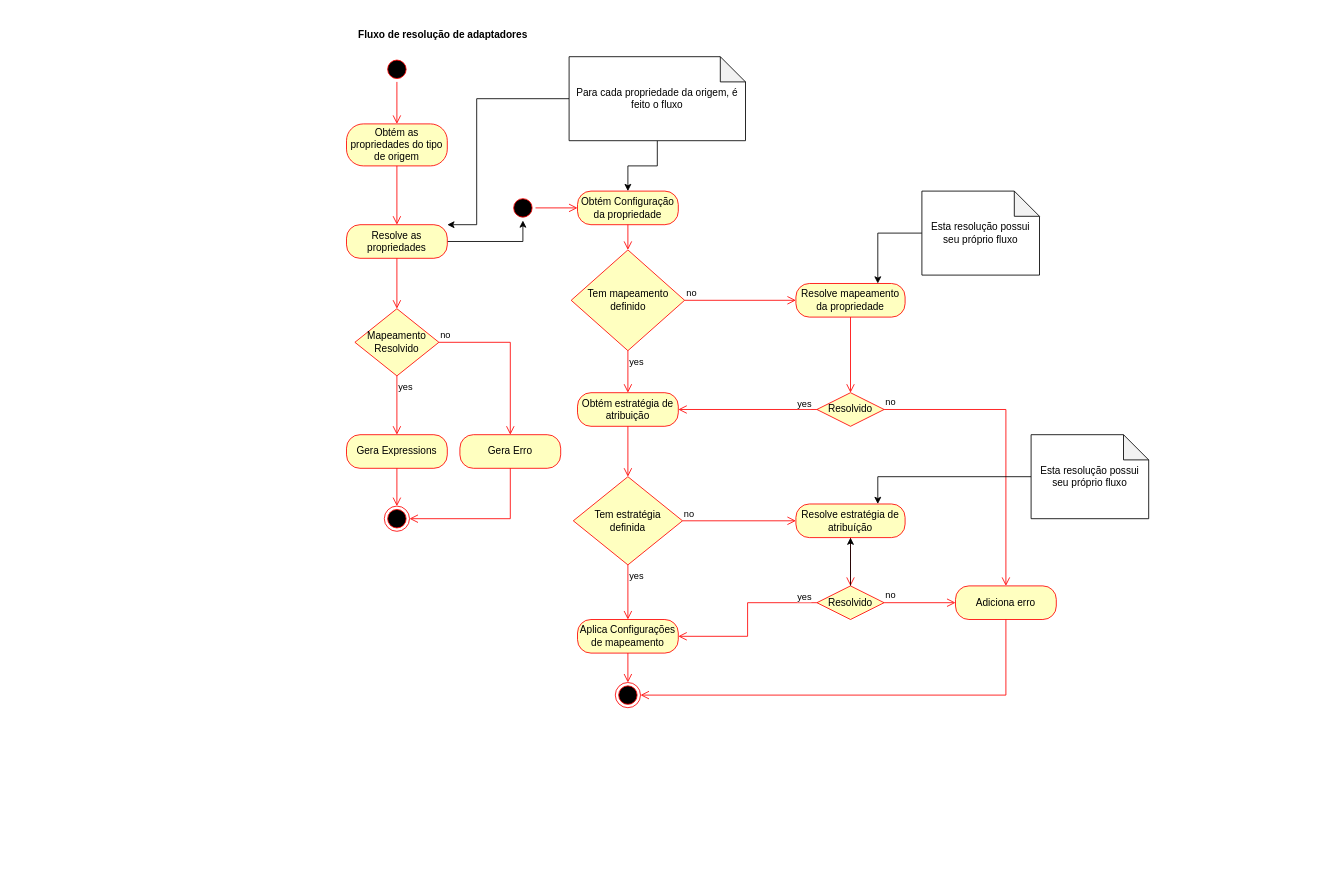
Earlier version of the draw.io diagram page "Properties" (3 of 4) of Diagrams/adapter-flow.drawio (Royal-Code/SmartMapper). Source tidied: cells renumbered, new cells numbered last; positions are measured from the earlier drawing's top-left corner, leaving out a move shared by most shapes. Both pictures are drawn from the tidied source at 84%, with x=0, y=0 at pixel (346, 23).
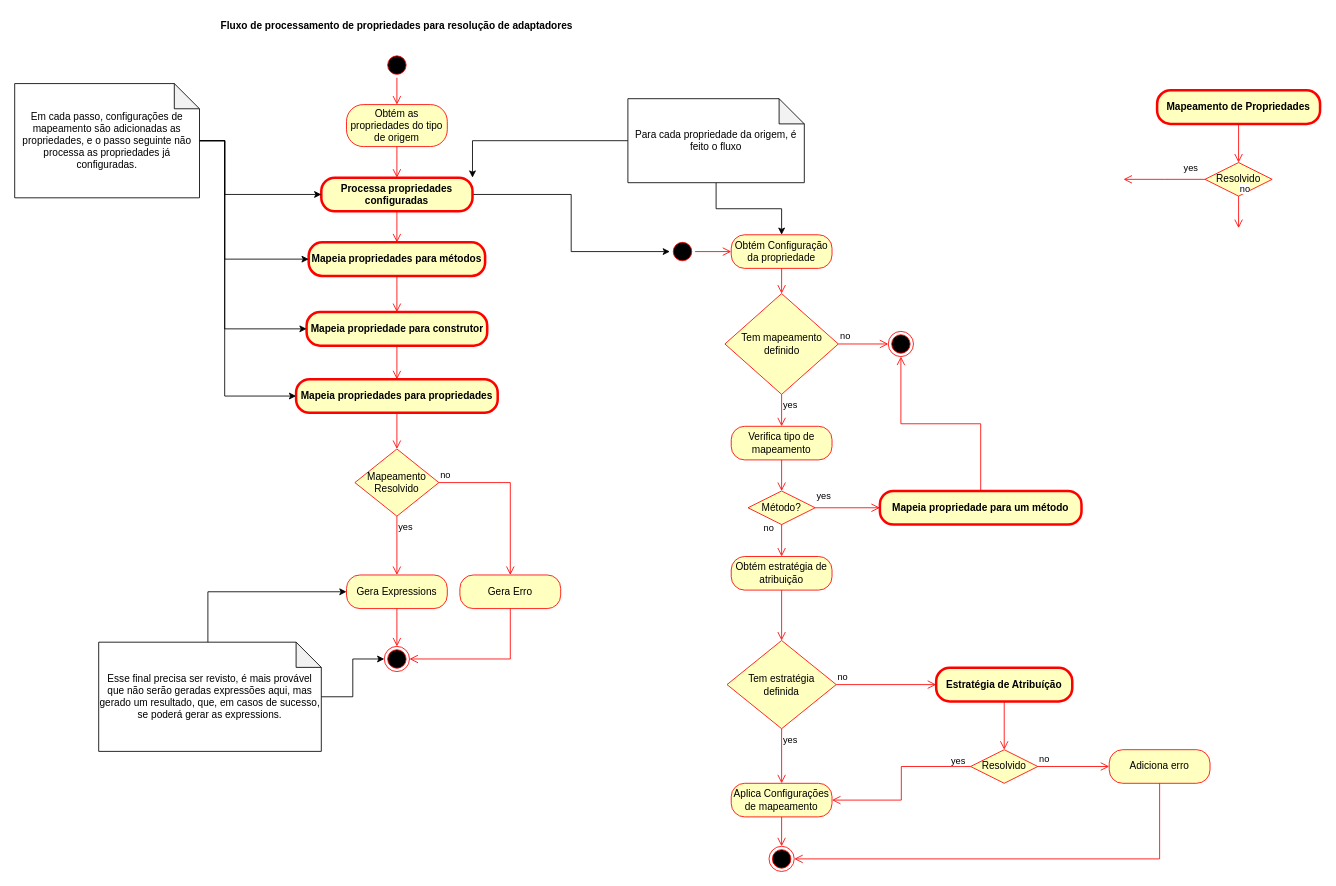
The same diagram, later.

Change to the diagram source:
```diff
@@
     <mxCell id="2" style="ellipse;html=1;shape=startState;fillColor=#000000;strokeColor=#ff0000;" parent="1" vertex="1">
-      <mxGeometry x="45" y="40" width="30" height="30" as="geometry" />
+      <mxGeometry x="45" y="35" width="30" height="30" as="geometry" />
     </mxCell>
@@
-    <mxCell id="4" value="Fluxo de resolução de adaptadores" style="text;align=center;fontStyle=1;verticalAlign=middle;spacingLeft=3;spacingRight=3;strokeColor=none;" parent="1" vertex="1">
-      <mxGeometry x="5" width="220" height="26" as="geometry" />
+    <mxCell id="4" value="Fluxo de processamento de propriedades para resolução de adaptadores" style="text;align=center;fontStyle=1;verticalAlign=middle;spacingLeft=3;spacingRight=3;strokeColor=none;" parent="1" vertex="1">
+      <mxGeometry x="-155" y="-10" width="430" height="26" as="geometry" />
     </mxCell>
     <mxCell id="5" value="Obtém as propriedades do tipo de origem" style="rounded=1;whiteSpace=wrap;html=1;arcSize=40;fontColor=#000000;fillColor=#ffffc0;strokeColor=#ff0000;" parent="1" vertex="1">
-      <mxGeometry y="120" width="120" height="50" as="geometry" />
+      <mxGeometry y="97" width="120" height="50" as="geometry" />
     </mxCell>
-    <mxCell id="6" style="edgeStyle=orthogonalEdgeStyle;html=1;verticalAlign=bottom;endArrow=open;endSize=8;strokeColor=#ff0000;rounded=0;exitX=0.5;exitY=1;exitDx=0;exitDy=0;entryX=0.5;entryY=0;entryDx=0;entryDy=0;" parent="1" edge="1" source="5" target="34">
+    <mxCell id="6" style="edgeStyle=orthogonalEdgeStyle;html=1;verticalAlign=bottom;endArrow=open;endSize=8;strokeColor=#ff0000;rounded=0;exitX=0.5;exitY=1;exitDx=0;exitDy=0;entryX=0.5;entryY=0;entryDx=0;entryDy=0;" parent="1" edge="1" source="5" target="62">
       <mxGeometry relative="1" as="geometry" />
     </mxCell>
     <mxCell id="7" value="Obtém Configuração da propriedade" style="rounded=1;whiteSpace=wrap;html=1;arcSize=40;fontColor=#000000;fillColor=#ffffc0;strokeColor=#ff0000;" parent="1" vertex="1">
-      <mxGeometry x="275" y="200" width="120" height="40" as="geometry" />
+      <mxGeometry x="458" y="252" width="120" height="40" as="geometry" />
     </mxCell>
@@
-    <mxCell id="9" style="edgeStyle=orthogonalEdgeStyle;rounded=0;jettySize=auto;html=1;entryX=1;entryY=0;entryDx=0;entryDy=0;" parent="1" edge="1" source="11" target="34">
-      <mxGeometry relative="1" as="geometry">
-        <Array as="points">
-          <mxPoint x="155" y="90" />
-          <mxPoint x="155" y="240" />
-        </Array>
-      </mxGeometry>
-    </mxCell>
@@
+    <mxCell id="53" style="edgeStyle=orthogonalEdgeStyle;rounded=0;jettySize=auto;html=1;entryX=1;entryY=0;entryDx=0;entryDy=0;strokeWidth=1;" parent="1" edge="1" source="11" target="62">
+      <mxGeometry relative="1" as="geometry" />
+    </mxCell>
     <mxCell id="11" value="Para cada propriedade da origem, é feito o fluxo" style="shape=note;whiteSpace=wrap;html=1;backgroundOutline=1;darkOpacity=0.05;" parent="1" vertex="1">
-      <mxGeometry x="265" y="40" width="210" height="100" as="geometry" />
+      <mxGeometry x="335" y="90" width="210" height="100" as="geometry" />
     </mxCell>
     <mxCell id="12" value="Tem mapeamento definido" style="rhombus;whiteSpace=wrap;html=1;fillColor=#ffffc0;strokeColor=#ff0000;" parent="1" vertex="1">
-      <mxGeometry x="267.5" y="270" width="135" height="120" as="geometry" />
+      <mxGeometry x="450.5" y="322" width="135" height="120" as="geometry" />
     </mxCell>
-    <mxCell id="13" value="no" style="edgeStyle=orthogonalEdgeStyle;html=1;align=left;verticalAlign=bottom;endArrow=open;endSize=8;strokeColor=#ff0000;rounded=0;entryX=0;entryY=0.5;entryDx=0;entryDy=0;" parent="1" edge="1" source="12" target="18">
+    <mxCell id="13" value="no" style="edgeStyle=orthogonalEdgeStyle;html=1;align=left;verticalAlign=bottom;endArrow=open;endSize=8;strokeColor=#ff0000;rounded=0;entryX=0;entryY=0.5;entryDx=0;entryDy=0;" parent="1" edge="1" source="12" target="70">
       <mxGeometry x="-1" relative="1" as="geometry" />
     </mxCell>
-    <mxCell id="14" value="yes" style="edgeStyle=orthogonalEdgeStyle;html=1;align=left;verticalAlign=top;endArrow=open;endSize=8;strokeColor=#ff0000;rounded=0;entryX=0.5;entryY=0;entryDx=0;entryDy=0;" parent="1" edge="1" source="12" target="20">
+    <mxCell id="14" value="yes" style="edgeStyle=orthogonalEdgeStyle;html=1;align=left;verticalAlign=top;endArrow=open;endSize=8;strokeColor=#ff0000;rounded=0;entryX=0.5;entryY=0;entryDx=0;entryDy=0;" parent="1" edge="1" source="12" target="77">
       <mxGeometry x="-1" relative="1" as="geometry" />
     </mxCell>
     <mxCell id="15" value="Tem estratégia &lt;br&gt;definida" style="rhombus;whiteSpace=wrap;html=1;fillColor=#ffffc0;strokeColor=#ff0000;" parent="1" vertex="1">
-      <mxGeometry x="270" y="540" width="130" height="105" as="geometry" />
+      <mxGeometry x="453" y="735" width="130" height="105" as="geometry" />
     </mxCell>
-    <mxCell id="16" value="no" style="edgeStyle=orthogonalEdgeStyle;html=1;align=left;verticalAlign=bottom;endArrow=open;endSize=8;strokeColor=#ff0000;rounded=0;entryX=0;entryY=0.5;entryDx=0;entryDy=0;" parent="1" edge="1" source="15" target="27">
+    <mxCell id="16" value="no" style="edgeStyle=orthogonalEdgeStyle;html=1;align=left;verticalAlign=bottom;endArrow=open;endSize=8;strokeColor=#ff0000;rounded=0;entryX=0;entryY=0.5;entryDx=0;entryDy=0;" parent="1" edge="1" source="15" target="60">
       <mxGeometry x="-1" relative="1" as="geometry" />
     </mxCell>
@@
-    <mxCell id="18" value="Resolve mapeamento da propriedade" style="rounded=1;whiteSpace=wrap;html=1;arcSize=40;fontColor=#000000;fillColor=#ffffc0;strokeColor=#ff0000;" parent="1" vertex="1">
-      <mxGeometry x="535" y="310" width="130" height="40" as="geometry" />
-    </mxCell>
-    <mxCell id="19" style="edgeStyle=orthogonalEdgeStyle;html=1;verticalAlign=bottom;endArrow=open;endSize=8;strokeColor=#ff0000;rounded=0;entryX=0.5;entryY=0;entryDx=0;entryDy=0;" parent="1" edge="1" source="18" target="22">
-      <mxGeometry relative="1" as="geometry" />
-    </mxCell>
     <mxCell id="20" value="Obtém estratégia de atribuição" style="rounded=1;whiteSpace=wrap;html=1;arcSize=40;fontColor=#000000;fillColor=#ffffc0;strokeColor=#ff0000;" parent="1" vertex="1">
-      <mxGeometry x="275" y="440" width="120" height="40" as="geometry" />
+      <mxGeometry x="458" y="635" width="120" height="40" as="geometry" />
     </mxCell>
@@
     <mxCell id="22" value="Resolvido" style="rhombus;whiteSpace=wrap;html=1;fillColor=#ffffc0;strokeColor=#ff0000;" parent="1" vertex="1">
-      <mxGeometry x="560" y="440" width="80" height="40" as="geometry" />
+      <mxGeometry x="1022" y="166" width="80" height="40" as="geometry" />
     </mxCell>
-    <mxCell id="23" value="no" style="edgeStyle=orthogonalEdgeStyle;html=1;align=left;verticalAlign=bottom;endArrow=open;endSize=8;strokeColor=#ff0000;rounded=0;entryX=0.5;entryY=0;entryDx=0;entryDy=0;" parent="1" edge="1" source="22" target="25">
-      <mxGeometry x="-1" relative="1" as="geometry" />
+    <mxCell id="23" value="no" style="edgeStyle=orthogonalEdgeStyle;html=1;align=left;verticalAlign=bottom;endArrow=open;endSize=8;strokeColor=#ff0000;rounded=0;" parent="1" edge="1" source="22">
+      <mxGeometry x="-1" relative="1" as="geometry">
+        <mxPoint x="1062" y="244" as="targetPoint" />
+      </mxGeometry>
     </mxCell>
-    <mxCell id="24" value="yes" style="edgeStyle=orthogonalEdgeStyle;html=1;align=left;verticalAlign=top;endArrow=open;endSize=8;strokeColor=#ff0000;rounded=0;entryX=1;entryY=0.5;entryDx=0;entryDy=0;exitX=0;exitY=0.5;exitDx=0;exitDy=0;" parent="1" edge="1" source="22" target="20">
-      <mxGeometry x="-0.7" y="-20" relative="1" as="geometry" />
+    <mxCell id="24" value="yes" style="edgeStyle=orthogonalEdgeStyle;html=1;align=left;verticalAlign=top;endArrow=open;endSize=8;strokeColor=#ff0000;rounded=0;exitX=0;exitY=0.5;exitDx=0;exitDy=0;" parent="1" edge="1" source="22">
+      <mxGeometry x="-0.44" y="-26" relative="1" as="geometry">
+        <mxPoint x="925" y="186" as="targetPoint" />
+      </mxGeometry>
     </mxCell>
     <mxCell id="25" value="Adiciona erro" style="rounded=1;whiteSpace=wrap;html=1;arcSize=40;fontColor=#000000;fillColor=#ffffc0;strokeColor=#ff0000;" parent="1" vertex="1">
-      <mxGeometry x="725" y="670" width="120" height="40" as="geometry" />
+      <mxGeometry x="908" y="865" width="120" height="40" as="geometry" />
     </mxCell>
@@
-    <mxCell id="27" value="Resolve estratégia de atribuíção" style="rounded=1;whiteSpace=wrap;html=1;arcSize=40;fontColor=#000000;fillColor=#ffffc0;strokeColor=#ff0000;" parent="1" vertex="1">
-      <mxGeometry x="535" y="572.5" width="130" height="40" as="geometry" />
-    </mxCell>
-    <mxCell id="28" style="edgeStyle=orthogonalEdgeStyle;html=1;verticalAlign=bottom;endArrow=open;endSize=8;strokeColor=#ff0000;rounded=0;" parent="1" edge="1" source="27">
-      <mxGeometry relative="1" as="geometry">
-        <mxPoint x="600" y="670" as="targetPoint" />
-      </mxGeometry>
-    </mxCell>
-    <mxCell id="29" style="edgeStyle=orthogonalEdgeStyle;rounded=0;jettySize=auto;html=1;exitX=0.5;exitY=0;exitDx=0;exitDy=0;" parent="1" edge="1" source="30" target="27">
-      <mxGeometry relative="1" as="geometry" />
-    </mxCell>
     <mxCell id="30" value="Resolvido" style="rhombus;whiteSpace=wrap;html=1;fillColor=#ffffc0;strokeColor=#ff0000;" parent="1" vertex="1">
-      <mxGeometry x="560" y="670" width="80" height="40" as="geometry" />
+      <mxGeometry x="743" y="865" width="80" height="40" as="geometry" />
     </mxCell>
@@
-    <mxCell id="33" style="edgeStyle=orthogonalEdgeStyle;rounded=0;jettySize=auto;html=1;" parent="1" edge="1" source="34" target="36">
-      <mxGeometry relative="1" as="geometry" />
-    </mxCell>
-    <mxCell id="34" value="Resolve as propriedades" style="rounded=1;whiteSpace=wrap;html=1;arcSize=40;fontColor=#000000;fillColor=#ffffc0;strokeColor=#ff0000;" parent="1" vertex="1">
-      <mxGeometry y="240" width="120" height="40" as="geometry" />
-    </mxCell>
-    <mxCell id="35" style="edgeStyle=orthogonalEdgeStyle;html=1;verticalAlign=bottom;endArrow=open;endSize=8;strokeColor=#ff0000;rounded=0;entryX=0.5;entryY=0;entryDx=0;entryDy=0;" parent="1" edge="1" source="34" target="41">
-      <mxGeometry relative="1" as="geometry" />
-    </mxCell>
     <mxCell id="36" style="ellipse;html=1;shape=startState;fillColor=#000000;strokeColor=#ff0000;" parent="1" vertex="1">
-      <mxGeometry x="195" y="205" width="30" height="30" as="geometry" />
+      <mxGeometry x="385" y="257" width="30" height="30" as="geometry" />
     </mxCell>
@@
     <mxCell id="38" value="Aplica Configurações de mapeamento" style="rounded=1;whiteSpace=wrap;html=1;arcSize=40;fontColor=#000000;fillColor=#ffffc0;strokeColor=#ff0000;" parent="1" vertex="1">
-      <mxGeometry x="275" y="710" width="120" height="40" as="geometry" />
+      <mxGeometry x="458" y="905" width="120" height="40" as="geometry" />
     </mxCell>
@@
     <mxCell id="40" style="ellipse;html=1;shape=endState;fillColor=#000000;strokeColor=#ff0000;" parent="1" vertex="1">
-      <mxGeometry x="320" y="785" width="30" height="30" as="geometry" />
+      <mxGeometry x="503" y="980" width="30" height="30" as="geometry" />
     </mxCell>
     <mxCell id="41" value="Mapeamento&lt;br&gt;Resolvido" style="rhombus;whiteSpace=wrap;html=1;fillColor=#ffffc0;strokeColor=#ff0000;" parent="1" vertex="1">
-      <mxGeometry x="10" y="340" width="100" height="80" as="geometry" />
+      <mxGeometry x="10" y="507" width="100" height="80" as="geometry" />
     </mxCell>
     <mxCell id="42" value="no" style="edgeStyle=orthogonalEdgeStyle;html=1;align=left;verticalAlign=bottom;endArrow=open;endSize=8;strokeColor=#ff0000;rounded=0;entryX=0.5;entryY=0;entryDx=0;entryDy=0;" parent="1" edge="1" source="41" target="47">
       <mxGeometry x="-1" relative="1" as="geometry">
         <Array as="points">
-          <mxPoint x="195" y="380" />
+          <mxPoint x="195" y="547" />
         </Array>
       </mxGeometry>
     </mxCell>
@@
     <mxCell id="44" value="Gera Expressions" style="rounded=1;whiteSpace=wrap;html=1;arcSize=40;fontColor=#000000;fillColor=#ffffc0;strokeColor=#ff0000;" parent="1" vertex="1">
-      <mxGeometry y="490" width="120" height="40" as="geometry" />
+      <mxGeometry y="657" width="120" height="40" as="geometry" />
     </mxCell>
@@
     <mxCell id="46" style="ellipse;html=1;shape=endState;fillColor=#000000;strokeColor=#ff0000;" parent="1" vertex="1">
-      <mxGeometry x="45" y="575" width="30" height="30" as="geometry" />
+      <mxGeometry x="45" y="742" width="30" height="30" as="geometry" />
     </mxCell>
     <mxCell id="47" value="Gera Erro" style="rounded=1;whiteSpace=wrap;html=1;arcSize=40;fontColor=#000000;fillColor=#ffffc0;strokeColor=#ff0000;" parent="1" vertex="1">
-      <mxGeometry x="135" y="490" width="120" height="40" as="geometry" />
+      <mxGeometry x="135" y="657" width="120" height="40" as="geometry" />
     </mxCell>
@@
-    <mxCell id="49" style="edgeStyle=orthogonalEdgeStyle;rounded=0;jettySize=auto;html=1;entryX=0.75;entryY=0;entryDx=0;entryDy=0;" parent="1" edge="1" source="50" target="18">
-      <mxGeometry relative="1" as="geometry" />
-    </mxCell>
-    <mxCell id="50" value="Esta resolução possui seu próprio fluxo" style="shape=note;whiteSpace=wrap;html=1;backgroundOutline=1;darkOpacity=0.05;" parent="1" vertex="1">
-      <mxGeometry x="685" y="200" width="140" height="100" as="geometry" />
-    </mxCell>
-    <mxCell id="51" style="edgeStyle=orthogonalEdgeStyle;rounded=0;jettySize=auto;html=1;entryX=0.75;entryY=0;entryDx=0;entryDy=0;" parent="1" edge="1" source="52" target="27">
-      <mxGeometry relative="1" as="geometry" />
-    </mxCell>
-    <mxCell id="52" value="Esta resolução possui seu próprio fluxo" style="shape=note;whiteSpace=wrap;html=1;backgroundOutline=1;darkOpacity=0.05;" parent="1" vertex="1">
-      <mxGeometry x="815" y="490" width="140" height="100" as="geometry" />
-    </mxCell>
+    <mxCell id="54" style="edgeStyle=orthogonalEdgeStyle;rounded=0;jettySize=auto;html=1;entryX=0;entryY=0.5;entryDx=0;entryDy=0;" parent="1" edge="1" source="56" target="44">
+      <mxGeometry relative="1" as="geometry">
+        <Array as="points">
+          <mxPoint x="-165" y="677" />
+        </Array>
+      </mxGeometry>
+    </mxCell>
+    <mxCell id="55" style="edgeStyle=orthogonalEdgeStyle;rounded=0;jettySize=auto;html=1;entryX=0;entryY=0.5;entryDx=0;entryDy=0;" parent="1" edge="1" source="56" target="46">
+      <mxGeometry relative="1" as="geometry" />
+    </mxCell>
+    <mxCell id="56" value="Esse final precisa ser revisto, é mais provável que não serão geradas expressões aqui, mas gerado um resultado, que, em casos de sucesso, se poderá gerar as expressions." style="shape=note;whiteSpace=wrap;html=1;backgroundOutline=1;darkOpacity=0.05;" parent="1" vertex="1">
+      <mxGeometry x="-295" y="737" width="265" height="130" as="geometry" />
+    </mxCell>
+    <mxCell id="57" style="edgeStyle=orthogonalEdgeStyle;html=1;verticalAlign=bottom;endArrow=open;endSize=8;strokeColor=#ff0000;rounded=0;entryX=0.5;entryY=0;entryDx=0;entryDy=0;exitX=0.5;exitY=1;exitDx=0;exitDy=0;" parent="1" edge="1" source="59" target="22">
+      <mxGeometry relative="1" as="geometry" />
+    </mxCell>
+    <mxCell id="58" style="edgeStyle=orthogonalEdgeStyle;html=1;verticalAlign=bottom;endArrow=open;endSize=8;strokeColor=#ff0000;rounded=0;entryX=0.5;entryY=0;entryDx=0;entryDy=0;exitX=0.5;exitY=1;exitDx=0;exitDy=0;" parent="1" edge="1" source="60" target="30">
+      <mxGeometry relative="1" as="geometry" />
+    </mxCell>
+    <mxCell id="59" value="&lt;b&gt;Mapeamento de Propriedades&lt;/b&gt;" style="rounded=1;whiteSpace=wrap;html=1;arcSize=40;fontColor=#000000;fillColor=#ffffc0;strokeColor=#ff0000;strokeWidth=3;" parent="1" vertex="1">
+      <mxGeometry x="965" y="80" width="194" height="40" as="geometry" />
+    </mxCell>
+    <mxCell id="60" value="&lt;b&gt;Estratégia de Atribuíção&lt;/b&gt;" style="rounded=1;whiteSpace=wrap;html=1;arcSize=40;fontColor=#000000;fillColor=#ffffc0;strokeColor=#ff0000;strokeWidth=3;" parent="1" vertex="1">
+      <mxGeometry x="702" y="767.5" width="162" height="40" as="geometry" />
+    </mxCell>
+    <mxCell id="61" style="edgeStyle=orthogonalEdgeStyle;rounded=0;jettySize=auto;html=1;entryX=0;entryY=0.5;entryDx=0;entryDy=0;strokeWidth=1;" parent="1" edge="1" source="62" target="36">
+      <mxGeometry relative="1" as="geometry" />
+    </mxCell>
+    <mxCell id="62" value="&lt;b&gt;Processa propriedades configuradas&lt;/b&gt;" style="rounded=1;whiteSpace=wrap;html=1;arcSize=40;fontColor=#000000;fillColor=#ffffc0;strokeColor=#ff0000;strokeWidth=3;" parent="1" vertex="1">
+      <mxGeometry x="-30" y="184" width="180" height="40" as="geometry" />
+    </mxCell>
+    <mxCell id="63" style="edgeStyle=orthogonalEdgeStyle;html=1;verticalAlign=bottom;endArrow=open;endSize=8;strokeColor=#ff0000;rounded=0;entryX=0.5;entryY=0;entryDx=0;entryDy=0;" parent="1" edge="1" source="62" target="64">
+      <mxGeometry relative="1" as="geometry" />
+    </mxCell>
+    <mxCell id="64" value="&lt;b&gt;Mapeia propriedades para métodos&lt;/b&gt;" style="rounded=1;whiteSpace=wrap;html=1;arcSize=40;fontColor=#000000;fillColor=#ffffc0;strokeColor=#ff0000;strokeWidth=3;" parent="1" vertex="1">
+      <mxGeometry x="-45" y="261" width="210" height="40" as="geometry" />
+    </mxCell>
+    <mxCell id="65" style="edgeStyle=orthogonalEdgeStyle;html=1;verticalAlign=bottom;endArrow=open;endSize=8;strokeColor=#ff0000;rounded=0;entryX=0.5;entryY=0;entryDx=0;entryDy=0;" parent="1" edge="1" source="64" target="66">
+      <mxGeometry relative="1" as="geometry" />
+    </mxCell>
+    <mxCell id="66" value="&lt;b&gt;Mapeia propriedade para construtor&lt;/b&gt;" style="rounded=1;whiteSpace=wrap;html=1;arcSize=40;fontColor=#000000;fillColor=#ffffc0;strokeColor=#ff0000;strokeWidth=3;" parent="1" vertex="1">
+      <mxGeometry x="-47.5" y="344" width="215" height="40" as="geometry" />
+    </mxCell>
+    <mxCell id="67" style="edgeStyle=orthogonalEdgeStyle;html=1;verticalAlign=bottom;endArrow=open;endSize=8;strokeColor=#ff0000;rounded=0;entryX=0.5;entryY=0;entryDx=0;entryDy=0;" parent="1" edge="1" source="66" target="68">
+      <mxGeometry relative="1" as="geometry" />
+    </mxCell>
+    <mxCell id="68" value="&lt;b&gt;Mapeia propriedades para propriedades&lt;/b&gt;" style="rounded=1;whiteSpace=wrap;html=1;arcSize=40;fontColor=#000000;fillColor=#ffffc0;strokeColor=#ff0000;strokeWidth=3;" parent="1" vertex="1">
+      <mxGeometry x="-60" y="424" width="240" height="40" as="geometry" />
+    </mxCell>
+    <mxCell id="69" style="edgeStyle=orthogonalEdgeStyle;html=1;verticalAlign=bottom;endArrow=open;endSize=8;strokeColor=#ff0000;rounded=0;entryX=0.5;entryY=0;entryDx=0;entryDy=0;" parent="1" edge="1" source="68" target="41">
+      <mxGeometry relative="1" as="geometry" />
+    </mxCell>
+    <mxCell id="70" style="ellipse;html=1;shape=endState;fillColor=#000000;strokeColor=#ff0000;" parent="1" vertex="1">
+      <mxGeometry x="645" y="367" width="30" height="30" as="geometry" />
+    </mxCell>
+    <mxCell id="71" style="edgeStyle=orthogonalEdgeStyle;rounded=0;jettySize=auto;html=1;entryX=0;entryY=0.5;entryDx=0;entryDy=0;strokeWidth=1;" parent="1" edge="1" source="75" target="62">
+      <mxGeometry relative="1" as="geometry">
+        <Array as="points">
+          <mxPoint x="-145" y="140" />
+          <mxPoint x="-145" y="204" />
+        </Array>
+      </mxGeometry>
+    </mxCell>
+    <mxCell id="72" style="edgeStyle=orthogonalEdgeStyle;rounded=0;jettySize=auto;html=1;entryX=0;entryY=0.5;entryDx=0;entryDy=0;strokeWidth=1;" parent="1" edge="1" source="75" target="64">
+      <mxGeometry relative="1" as="geometry">
+        <Array as="points">
+          <mxPoint x="-145" y="140" />
+          <mxPoint x="-145" y="281" />
+        </Array>
+      </mxGeometry>
+    </mxCell>
+    <mxCell id="73" style="edgeStyle=orthogonalEdgeStyle;rounded=0;jettySize=auto;html=1;entryX=0;entryY=0.5;entryDx=0;entryDy=0;strokeWidth=1;" parent="1" edge="1" source="75" target="66">
+      <mxGeometry relative="1" as="geometry">
+        <Array as="points">
+          <mxPoint x="-145" y="140" />
+          <mxPoint x="-145" y="364" />
+        </Array>
+      </mxGeometry>
+    </mxCell>
+    <mxCell id="74" style="edgeStyle=orthogonalEdgeStyle;rounded=0;jettySize=auto;html=1;entryX=0;entryY=0.5;entryDx=0;entryDy=0;strokeWidth=1;" parent="1" edge="1" source="75" target="68">
+      <mxGeometry relative="1" as="geometry">
+        <Array as="points">
+          <mxPoint x="-145" y="140" />
+          <mxPoint x="-145" y="444" />
+        </Array>
+      </mxGeometry>
+    </mxCell>
+    <mxCell id="75" value="Em cada passo, configurações de mapeamento são adicionadas as propriedades, e o passo seguinte não processa as propriedades já configuradas." style="shape=note;whiteSpace=wrap;html=1;backgroundOutline=1;darkOpacity=0.05;strokeWidth=1;" parent="1" vertex="1">
+      <mxGeometry x="-395" y="72" width="220" height="136" as="geometry" />
+    </mxCell>
+    <mxCell id="76" value="&lt;b&gt;Mapeia propriedade para um método&lt;/b&gt;" style="rounded=1;whiteSpace=wrap;html=1;arcSize=40;fontColor=#000000;fillColor=#ffffc0;strokeColor=#ff0000;strokeWidth=3;" parent="1" vertex="1">
+      <mxGeometry x="635" y="557" width="240" height="40" as="geometry" />
+    </mxCell>
+    <mxCell id="77" value="Verifica tipo de mapeamento" style="rounded=1;whiteSpace=wrap;html=1;arcSize=40;fontColor=#000000;fillColor=#ffffc0;strokeColor=#ff0000;" parent="1" vertex="1">
+      <mxGeometry x="458" y="480" width="120" height="40" as="geometry" />
+    </mxCell>
+    <mxCell id="78" style="edgeStyle=orthogonalEdgeStyle;html=1;verticalAlign=bottom;endArrow=open;endSize=8;strokeColor=#ff0000;rounded=0;entryX=0.5;entryY=0;entryDx=0;entryDy=0;" parent="1" edge="1" source="77" target="79">
+      <mxGeometry relative="1" as="geometry" />
+    </mxCell>
+    <mxCell id="79" value="Método?" style="rhombus;whiteSpace=wrap;html=1;fillColor=#ffffc0;strokeColor=#ff0000;" parent="1" vertex="1">
+      <mxGeometry x="478" y="557" width="80" height="40" as="geometry" />
+    </mxCell>
+    <mxCell id="80" value="no" style="edgeStyle=orthogonalEdgeStyle;html=1;align=left;verticalAlign=bottom;endArrow=open;endSize=8;strokeColor=#ff0000;rounded=0;entryX=0.5;entryY=0;entryDx=0;entryDy=0;" parent="1" edge="1" source="79" target="20">
+      <mxGeometry x="-0.32" y="-23" relative="1" as="geometry" />
+    </mxCell>
+    <mxCell id="81" value="yes" style="edgeStyle=orthogonalEdgeStyle;html=1;align=left;verticalAlign=top;endArrow=open;endSize=8;strokeColor=#ff0000;rounded=0;entryX=0;entryY=0.5;entryDx=0;entryDy=0;" parent="1" edge="1" source="79" target="76">
+      <mxGeometry x="-1" y="27" relative="1" as="geometry" />
+    </mxCell>
+    <mxCell id="82" style="edgeStyle=orthogonalEdgeStyle;html=1;verticalAlign=bottom;endArrow=open;endSize=8;strokeColor=#ff0000;rounded=0;entryX=0.5;entryY=1;entryDx=0;entryDy=0;exitX=0.5;exitY=0;exitDx=0;exitDy=0;" parent="1" edge="1" source="76" target="70">
+      <mxGeometry relative="1" as="geometry" />
+    </mxCell>
```
